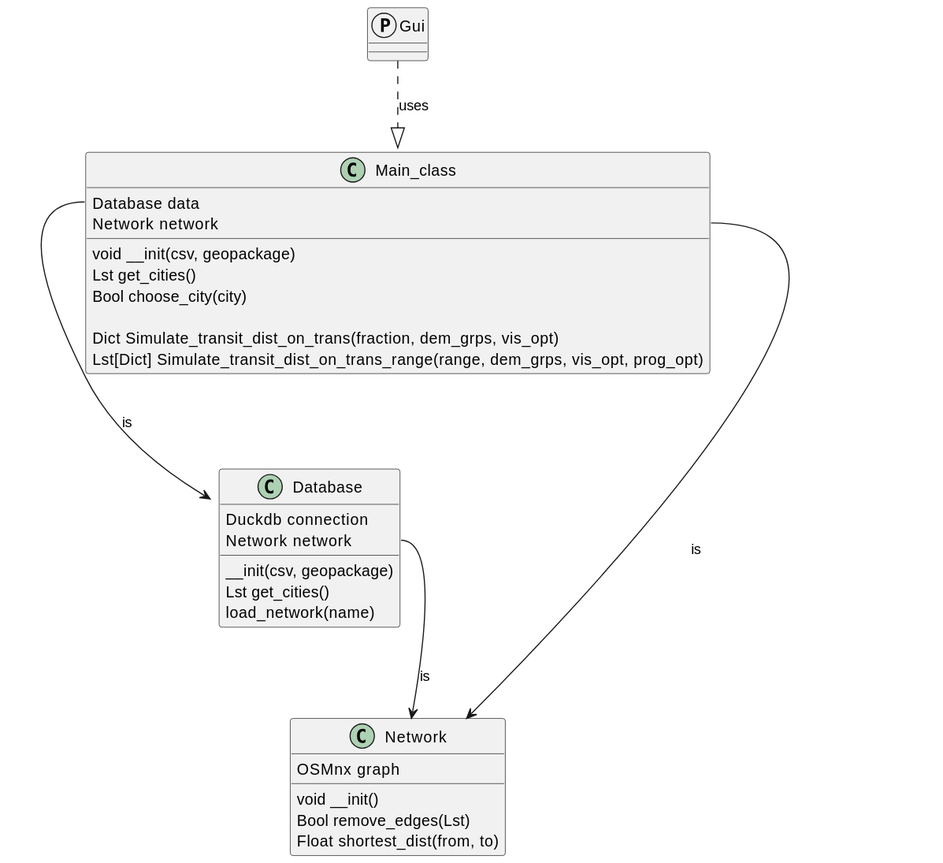
Before: Project-Overview/Design/Outer_design/UML.svg, a diagram exported from PlantUML (Tobias0107/STDAP).
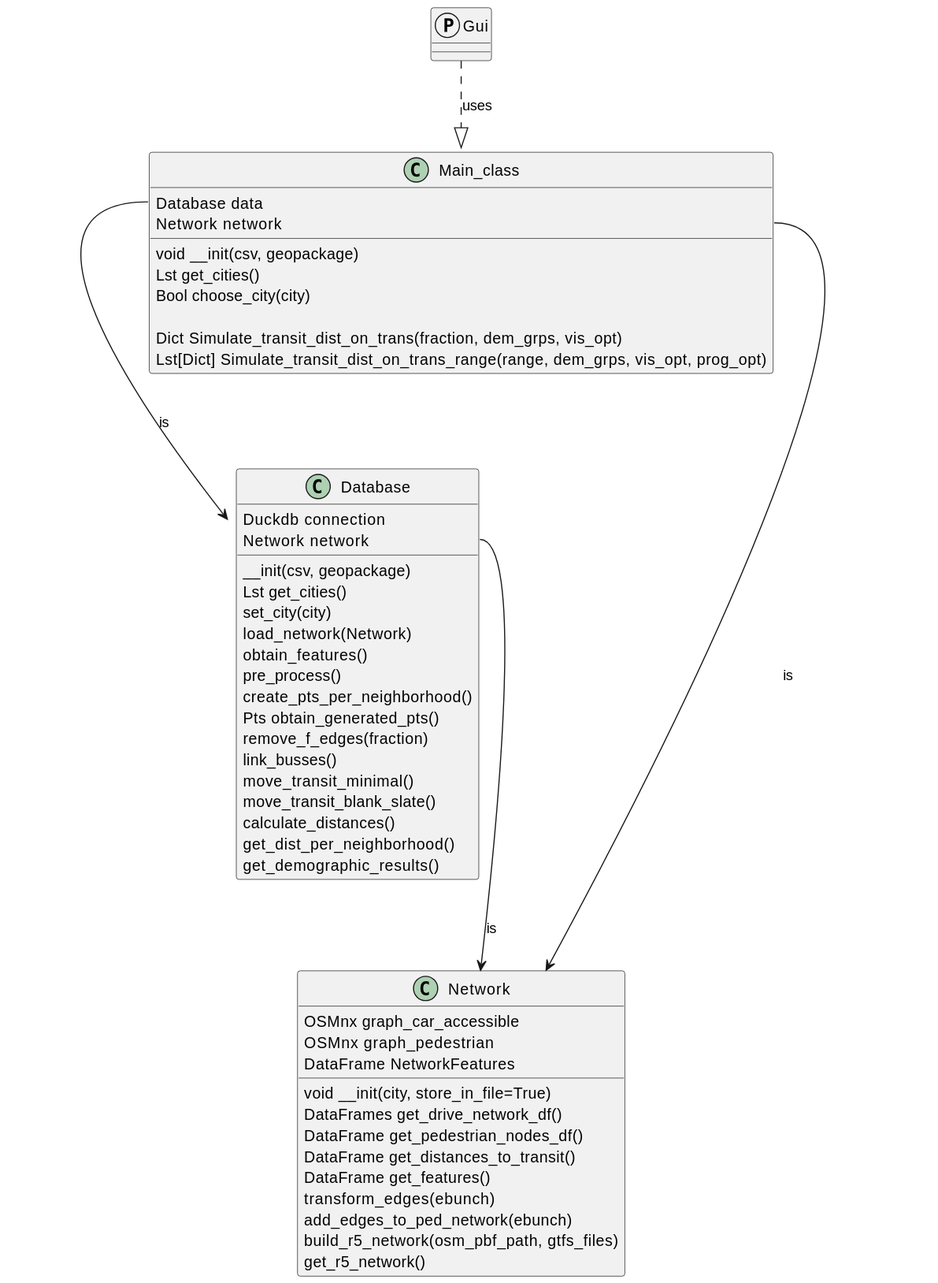
After the commit.

Diff of the diagram source:
```diff
@@ -17,15 +17,34 @@
 
     __init(csv, geopackage)
     Lst get_cities()
-    load_network(name)
-
+    set_city(city)
+    load_network(Network)
+    obtain_features()
+    pre_process()
+    create_pts_per_neighborhood()
+    Pts obtain_generated_pts()
+    remove_f_edges(fraction)
+    link_busses()
+    move_transit_minimal()
+    move_transit_blank_slate()
+    calculate_distances()
+    get_dist_per_neighborhood()
+    get_demographic_results()
 }
 
 class Network {
-    OSMnx graph
-    void __init()
-    Bool remove_edges(Lst)
-    Float shortest_dist(from, to)
+    OSMnx graph_car_accessible
+    OSMnx graph_pedestrian
+    DataFrame NetworkFeatures
+    void __init(city, store_in_file=True)
+    DataFrames get_drive_network_df()
+    DataFrame get_pedestrian_nodes_df()
+    DataFrame get_distances_to_transit()
+    DataFrame get_features()
+    transform_edges(ebunch)
+    add_edges_to_ped_network(ebunch)
+    build_r5_network(osm_pbf_path, gtfs_files)
+    get_r5_network()
 }
 
 protocol Gui
```
